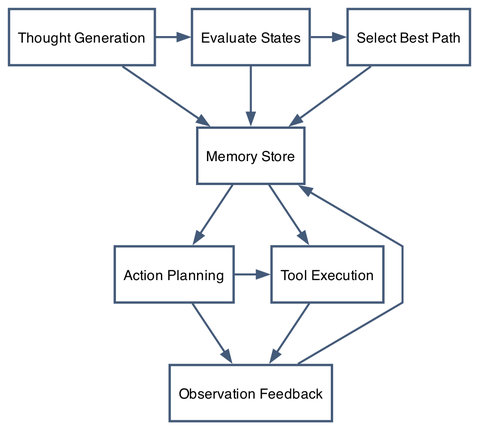
This is assets/diagram_tot_agent.png from quiznat/tot-hf-survey-artifacts, a Graphviz export, as it was before one commit. Its source is kept beside it as assets/diagram_tot_agent.dot.
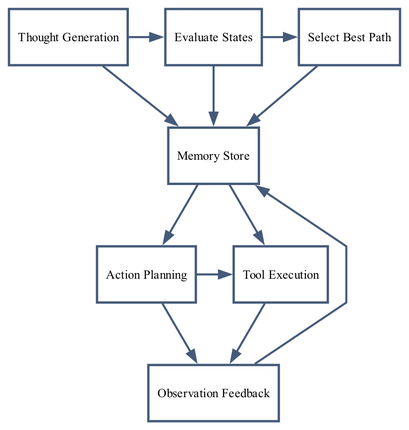
The same file after the commit.

What changed in the source:
```diff
@@ -1,7 +1,7 @@
 digraph G {
-  graph [bgcolor="#ffffff", pad="0.06", nodesep="0.34", ranksep="0.50", splines="polyline", fontname="Helvetica", fontcolor="#162130", margin="0.02", rankdir="TB", ranksep="0.56"];
-  node [shape="box", style="filled", fillcolor="#ffffff", color="#445a79", penwidth="1.5", fontname="Helvetica", fontsize="9", margin="0.08,0.06"];
-  edge [color="#445a79", penwidth="1.3", arrowsize="0.70", fontname="Helvetica", fontsize="11", fontcolor="#162130"];
+  graph [bgcolor="#ffffff", pad="0.06", nodesep="0.34", ranksep="0.50", splines="polyline", fontname="Times-Roman", fontcolor="#162130", margin="0.02", rankdir="TB", ranksep="0.56"];
+  node [shape="box", style="filled", fillcolor="#ffffff", color="#445a79", penwidth="1.5", fontname="Times-Roman", fontsize="8", margin="0.08,0.06"];
+  edge [color="#445a79", penwidth="1.3", arrowsize="0.70", fontname="Times-Roman", fontsize="8", fontcolor="#162130"];
 
   thought [label="Thought Generation"];
   evaluate [label="Evaluate States"];
```
